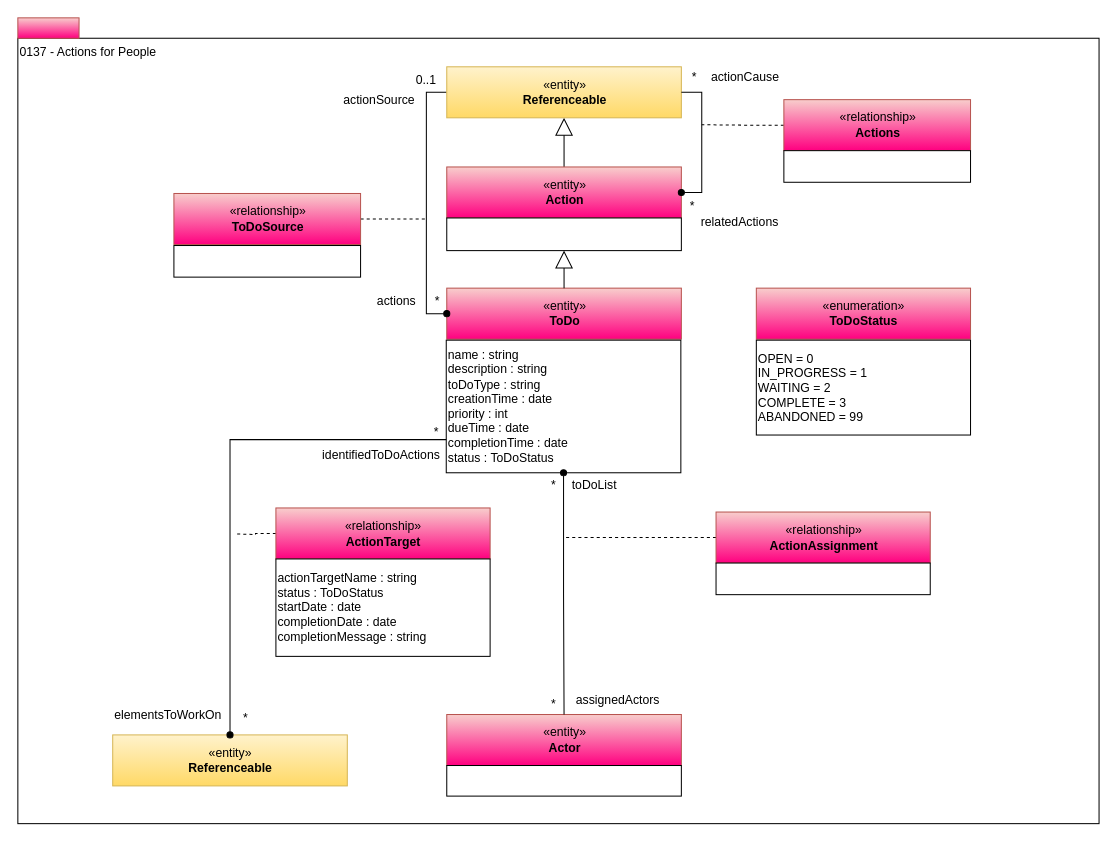
The draw.io diagram page "0137-Actions" (9 of 13) of site/docs/types/1/area-1-collaboration.drawio in odpi/egeria-docs, before the edit. Source tidied: cells renumbered, new cells numbered last; positions are measured from the earlier drawing's top-left corner, leaving out a move shared by most shapes. Both pictures are drawn from the tidied source at 102%, with x=0, y=0 at pixel (17, 17).
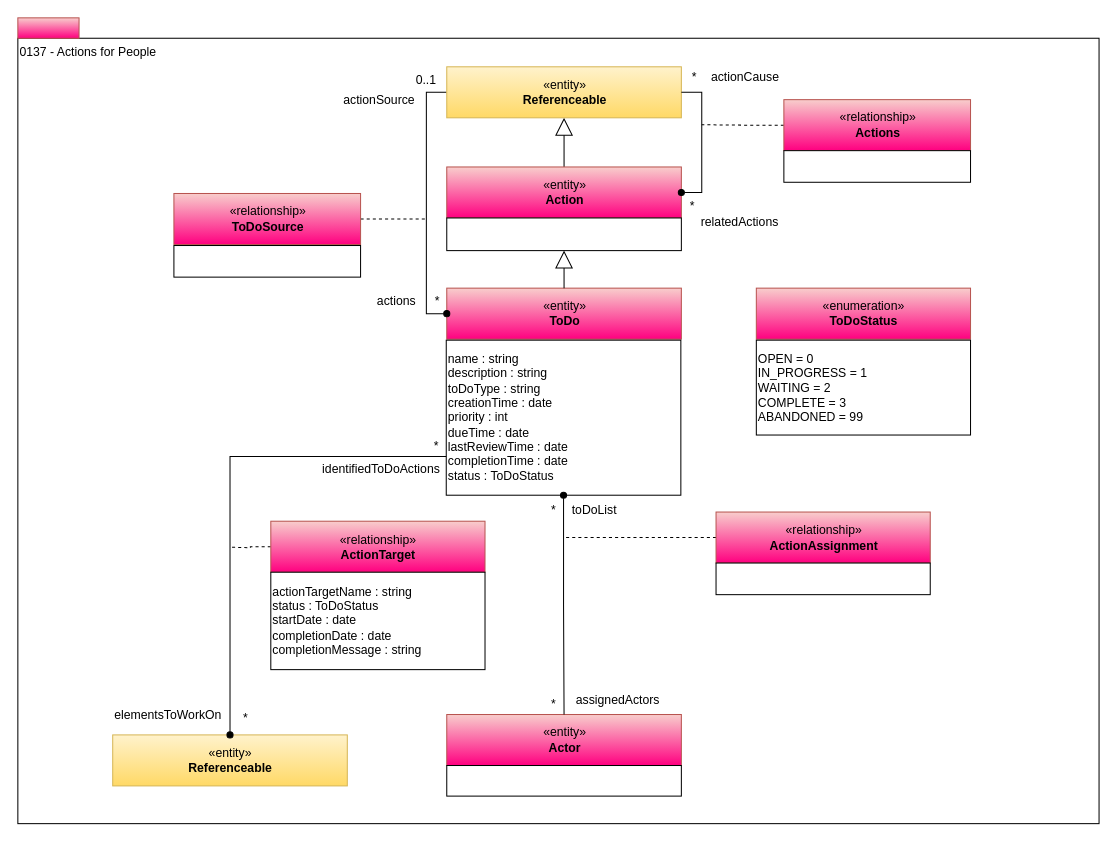
After the change.

Diff of the diagram source:
```diff
@@
-    <mxCell id="6" value="name : string&lt;br&gt;description : string&lt;br&gt;toDoType : string&lt;br&gt;creationTime : date&lt;br&gt;priority : int&lt;br&gt;dueTime : date&lt;br&gt;completionTime : date&lt;br&gt;status : ToDoStatus" style="rounded=0;whiteSpace=wrap;html=1;align=left;" parent="1" vertex="1">
-      <mxGeometry x="420" y="316" width="230" height="130" as="geometry" />
+    <mxCell id="6" value="name : string&lt;br&gt;description : string&lt;br&gt;toDoType : string&lt;br&gt;creationTime : date&lt;br&gt;priority : int&lt;br&gt;dueTime : date&lt;br style=&quot;border-color: var(--border-color);&quot;&gt;lastReviewTime : date&lt;br style=&quot;border-color: var(--border-color);&quot;&gt;completionTime : date&lt;br&gt;status : ToDoStatus" style="rounded=0;whiteSpace=wrap;html=1;align=left;" parent="1" vertex="1">
+      <mxGeometry x="420" y="316" width="230" height="152" as="geometry" />
     </mxCell>
@@
     <mxCell id="21" value="*" style="text;html=1;align=center;verticalAlign=top;spacingTop=-4;" parent="1" vertex="1">
-      <mxGeometry x="514.5" y="448" width="20" height="20" as="geometry" />
+      <mxGeometry x="514.5" y="473" width="20" height="20" as="geometry" />
     </mxCell>
@@
     <mxCell id="23" value="toDoList" style="text;html=1;align=center;verticalAlign=top;spacingTop=-4;" parent="1" vertex="1">
-      <mxGeometry x="534.5" y="447.5" width="60" height="20" as="geometry" />
+      <mxGeometry x="534.5" y="472.5" width="60" height="20" as="geometry" />
     </mxCell>
@@
     <mxCell id="35" style="edgeStyle=orthogonalEdgeStyle;rounded=0;html=1;exitX=0;exitY=0.5;endArrow=none;endFill=0;jettySize=auto;dashed=1;" parent="1" edge="1" source="36">
       <mxGeometry relative="1" as="geometry">
-        <mxPoint x="213" y="506" as="targetPoint" />
+        <mxPoint x="208" y="519" as="targetPoint" />
       </mxGeometry>
     </mxCell>
     <mxCell id="36" value="«relationship»&lt;br&gt;&lt;b&gt;ActionTarget&lt;/b&gt;" style="html=1;strokeColor=#b85450;align=center;fillColor=#f8cecc;gradientColor=#FF0080;" parent="1" vertex="1">
-      <mxGeometry x="253" y="480.5" width="210" height="50" as="geometry" />
+      <mxGeometry x="248" y="493.5" width="210" height="50" as="geometry" />
     </mxCell>
     <mxCell id="37" value="actionTargetName : string&lt;br&gt;status : ToDoStatus&lt;br&gt;startDate : date&lt;br&gt;completionDate : date&lt;br&gt;completionMessage : string" style="rounded=0;whiteSpace=wrap;html=1;strokeColor=#000000;gradientColor=#ffffff;align=left;" parent="1" vertex="1">
-      <mxGeometry x="253" y="530.5" width="210" height="95.5" as="geometry" />
+      <mxGeometry x="248" y="543.5" width="210" height="95.5" as="geometry" />
     </mxCell>
     <mxCell id="38" value="*" style="text;html=1;align=center;verticalAlign=top;spacingTop=-4;" parent="1" vertex="1">
-      <mxGeometry x="399.5" y="396" width="20" height="20" as="geometry" />
+      <mxGeometry x="399.5" y="410" width="20" height="20" as="geometry" />
     </mxCell>
@@
     <mxCell id="40" value="identifiedToDoActions" style="text;html=1;align=center;verticalAlign=middle;strokeColor=none;" parent="1" vertex="1">
-      <mxGeometry x="290.5" y="419" width="130" height="20" as="geometry" />
+      <mxGeometry x="290.5" y="433" width="130" height="20" as="geometry" />
     </mxCell>
```
